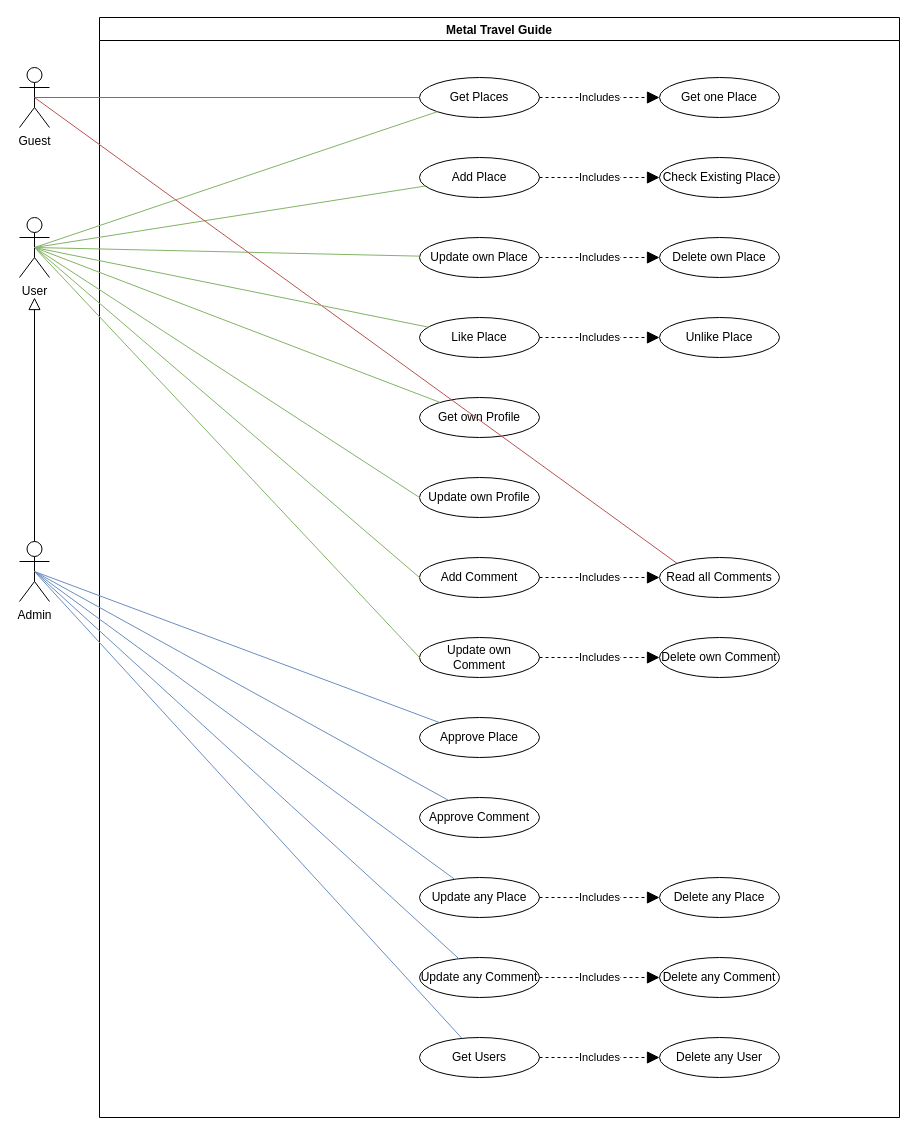
Before: backend/uml_case_diagram.drawio in peppecuci/metaltravelguide, a draw.io diagram. Source tidied: cells renumbered, new cells numbered last; positions are measured from the earlier drawing's top-left corner, leaving out a move shared by most shapes. Both pictures are drawn from the tidied source at 100%, with x=0, y=0 at pixel (19, 17).
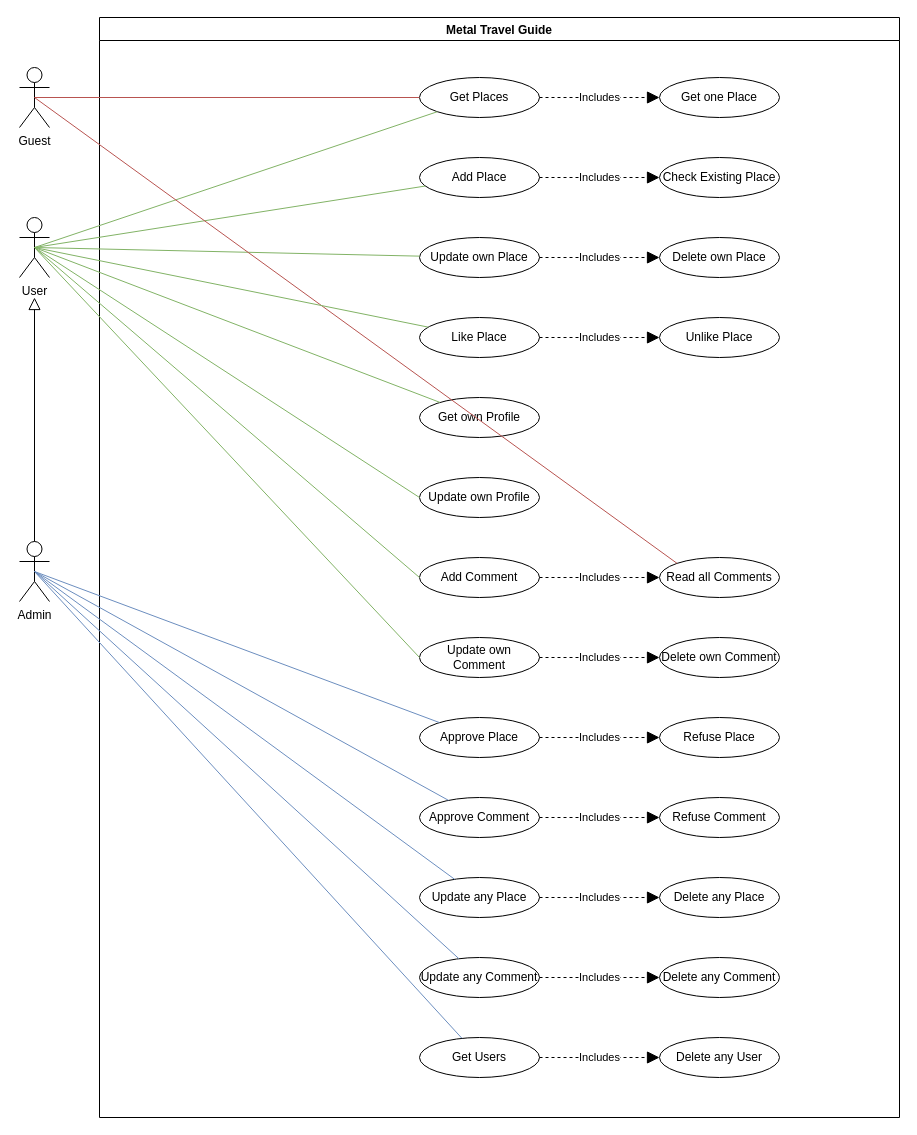
Above is the later version.

Unchanged cells that the change refers to:
```xml
<mxCell id="4" value="Metal Travel Guide" style="swimlane;" parent="1" vertex="1">
  <mxGeometry x="80" width="800" height="1100" as="geometry" />
</mxCell>
<mxCell id="5" value="Approve Place" style="ellipse;whiteSpace=wrap;html=1;" parent="4" vertex="1">
  <mxGeometry x="320" y="700" width="120" height="40" as="geometry" />
</mxCell>
<mxCell id="21" value="Approve Comment" style="ellipse;whiteSpace=wrap;html=1;" parent="4" vertex="1">
  <mxGeometry x="320" y="780" width="120" height="40" as="geometry" />
</mxCell>
```

What changed in the source:
```diff
@@
+    <mxCell id="53" value="Refuse Place" style="ellipse;whiteSpace=wrap;html=1;" parent="4" vertex="1">
+      <mxGeometry x="560" y="700" width="120" height="40" as="geometry" />
+    </mxCell>
+    <mxCell id="54" value="Includes" style="endArrow=block;endSize=10;endFill=1;html=1;rounded=0;strokeWidth=1;startSize=10;dashed=1;startArrow=none;exitX=1;exitY=0.5;exitDx=0;exitDy=0;entryX=0;entryY=0.5;entryDx=0;entryDy=0;" parent="4" edge="1" source="5" target="53">
+      <mxGeometry relative="1" as="geometry" />
+    </mxCell>
+    <mxCell id="55" value="Refuse Comment" style="ellipse;whiteSpace=wrap;html=1;" parent="4" vertex="1">
+      <mxGeometry x="560" y="780" width="120" height="40" as="geometry" />
+    </mxCell>
+    <mxCell id="56" value="Includes" style="endArrow=block;endSize=10;endFill=1;html=1;rounded=0;strokeWidth=1;startSize=10;dashed=1;startArrow=none;entryX=0;entryY=0.5;entryDx=0;entryDy=0;exitX=1;exitY=0.5;exitDx=0;exitDy=0;" parent="4" edge="1" source="21" target="55">
+      <mxGeometry relative="1" as="geometry" />
+    </mxCell>
```
